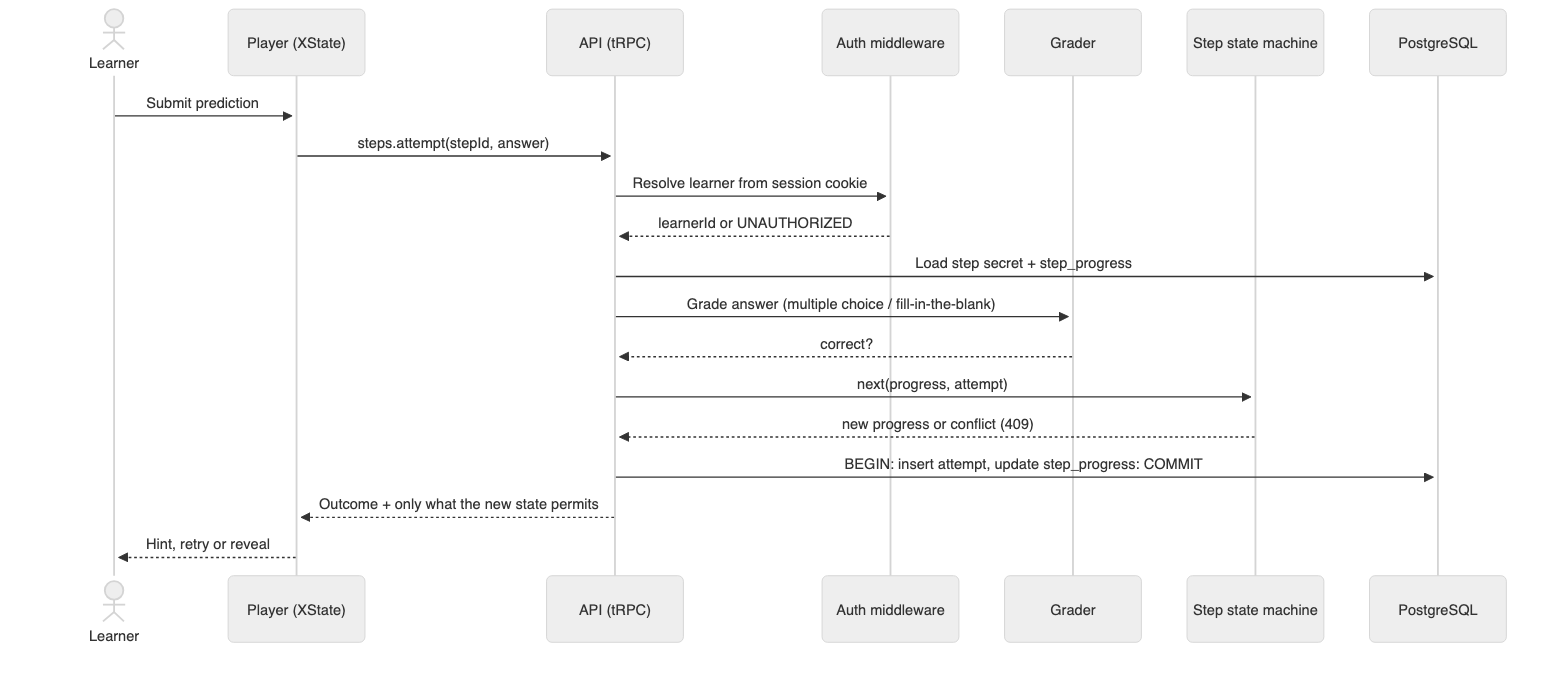
The Mermaid diagram docs/diagrams/fig2-attempt-sequence.png in NachikethReddyY/ay2627s2-cicdp-nachiketh, before a commit. Its source is kept beside it as docs/diagrams/src/fig2-attempt-sequence.mmd. Source of this version:
```mermaid
sequenceDiagram
  actor L as Learner
  participant P as Player (XState)
  participant A as API (tRPC)
  participant S as Auth middleware
  participant G as Grader
  participant M as Step state machine
  participant D as PostgreSQL
  L->>P: Submit prediction
  P->>A: steps.attempt(stepId, answer)
  A->>S: Resolve learner from session cookie
  S-->>A: learnerId or UNAUTHORIZED
  A->>D: Load step secret + step_progress
  A->>G: Grade answer (multiple choice / fill-in-the-blank)
  G-->>A: correct?
  A->>M: next(progress, attempt)
  M-->>A: new progress or conflict (409)
  A->>D: BEGIN: insert attempt, update step_progress: COMMIT
  A-->>P: Outcome + only what the new state permits
  P-->>L: Hint, retry or reveal
```
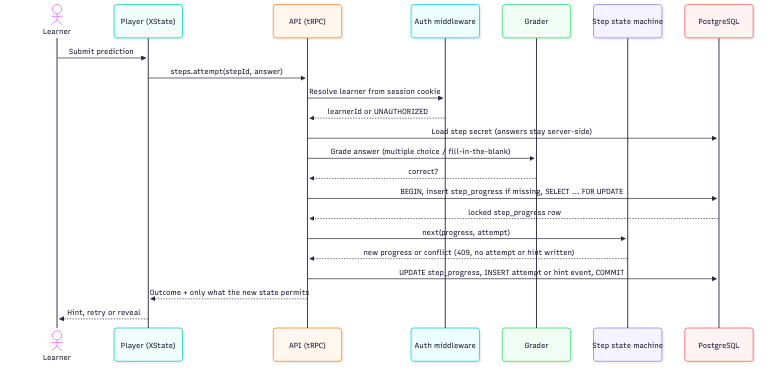
The same file after the commit.

Commit message:
docs(diagrams): fix attempt sequence and ER, restore plan anchors

Change to the diagram source:
```diff
@@ -10,11 +10,13 @@
   P->>A: steps.attempt(stepId, answer)
   A->>S: Resolve learner from session cookie
   S-->>A: learnerId or UNAUTHORIZED
-  A->>D: Load step secret + step_progress
+  A->>D: Load step secret (answers stay server-side)
   A->>G: Grade answer (multiple choice / fill-in-the-blank)
   G-->>A: correct?
+  A->>D: BEGIN, insert step_progress if missing, SELECT ... FOR UPDATE
+  D-->>A: locked step_progress row
   A->>M: next(progress, attempt)
-  M-->>A: new progress or conflict (409)
-  A->>D: BEGIN: insert attempt, update step_progress: COMMIT
+  M-->>A: new progress or conflict (409, no attempt or hint written)
+  A->>D: UPDATE step_progress, INSERT attempt or hint event, COMMIT
   A-->>P: Outcome + only what the new state permits
   P-->>L: Hint, retry or reveal
```
